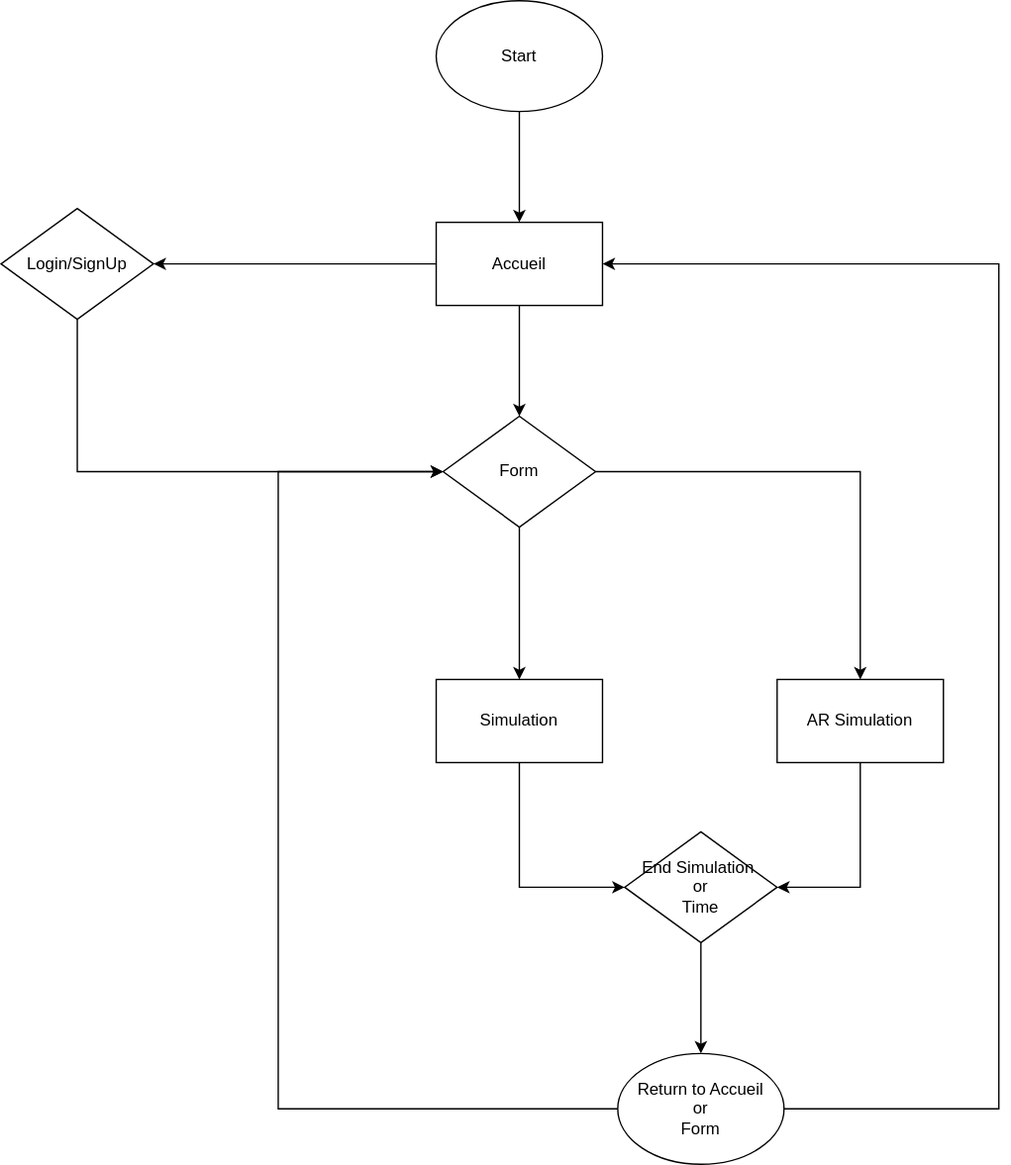
Earlier version of the draw.io export UseFlowStage.drawio.svg (Ashura100/ProjetStage). Source tidied: cells renumbered, new cells last; positions are measured from the earlier drawing's top-left corner, leaving out a move shared by most shapes.
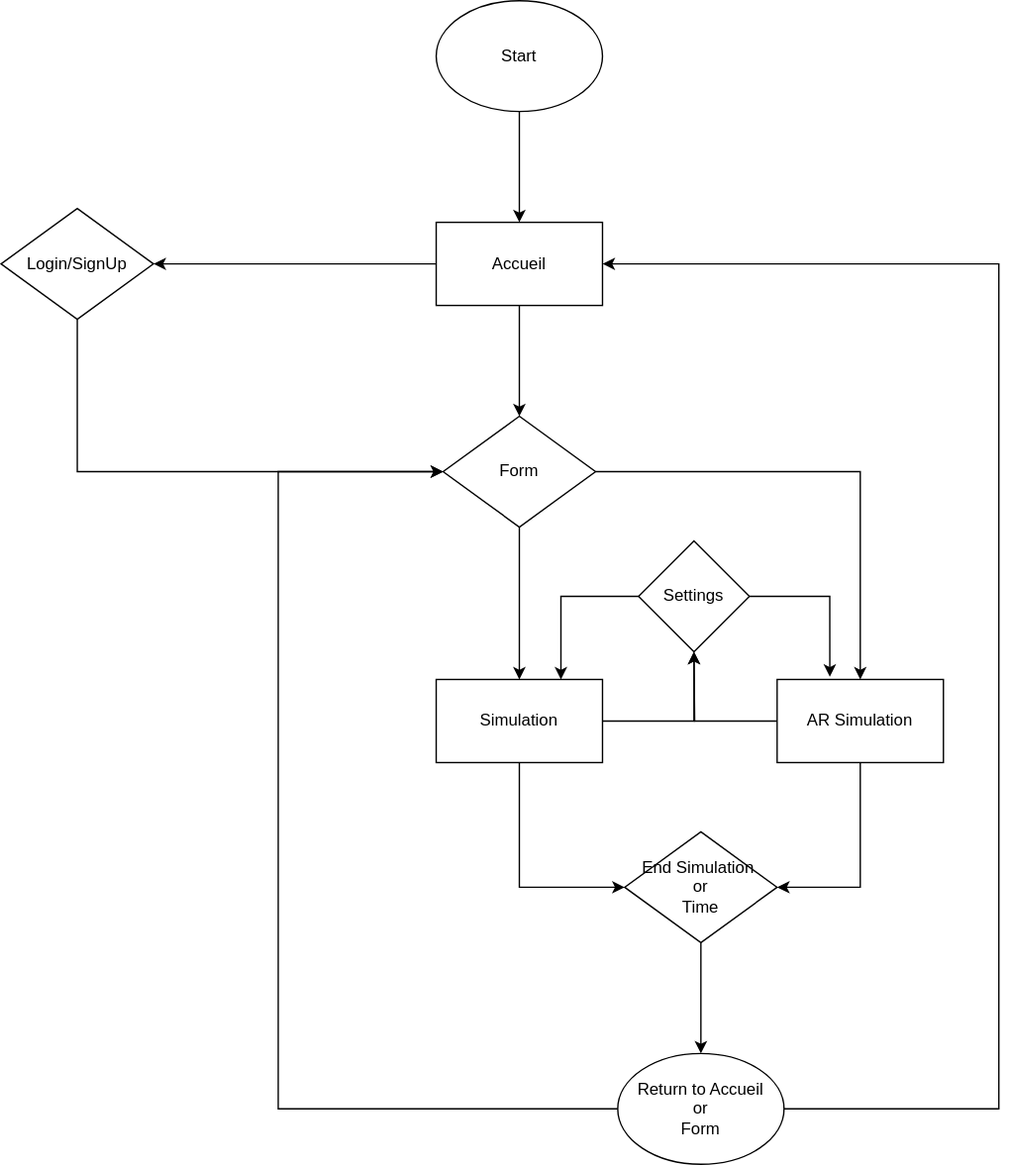
The same file after the commit.

Commit message:
Mettre à jour UseFlowStage.drawio.svg

Change to the diagram source:
```diff
@@ -43,12 +43,20 @@
         </Array>
       </mxGeometry>
     </mxCell>
+    <mxCell id="21" style="edgeStyle=orthogonalEdgeStyle;rounded=0;jettySize=auto;html=1;entryX=0.5;entryY=1;entryDx=0;entryDy=0;" parent="1" edge="1" source="13" target="24">
+      <mxGeometry relative="1" as="geometry" />
+    </mxCell>
     <mxCell id="13" value="Simulation" style="rounded=0;whiteSpace=wrap;html=1;" parent="1" vertex="1">
       <mxGeometry x="314" y="490" width="120" height="60" as="geometry" />
     </mxCell>
     <mxCell id="14" style="edgeStyle=orthogonalEdgeStyle;rounded=0;jettySize=auto;html=1;entryX=1;entryY=0.5;entryDx=0;entryDy=0;" parent="1" edge="1" source="15" target="17">
       <mxGeometry relative="1" as="geometry" />
     </mxCell>
+    <mxCell id="22" style="edgeStyle=orthogonalEdgeStyle;rounded=0;jettySize=auto;html=1;" parent="1" edge="1" source="15">
+      <mxGeometry relative="1" as="geometry">
+        <mxPoint x="500" y="470" as="targetPoint" />
+      </mxGeometry>
+    </mxCell>
     <mxCell id="15" value="AR Simulation" style="rounded=0;whiteSpace=wrap;html=1;" parent="1" vertex="1">
       <mxGeometry x="560" y="490" width="120" height="60" as="geometry" />
     </mxCell>
@@ -77,5 +85,14 @@
     <mxCell id="20" value="Return to Accueil&lt;div&gt;or&lt;/div&gt;&lt;div&gt;Form&lt;/div&gt;" style="ellipse;whiteSpace=wrap;html=1;" parent="1" vertex="1">
       <mxGeometry x="445" y="760" width="120" height="80" as="geometry" />
     </mxCell>
+    <mxCell id="23" style="edgeStyle=orthogonalEdgeStyle;rounded=0;jettySize=auto;html=1;entryX=0.75;entryY=0;entryDx=0;entryDy=0;" parent="1" edge="1" source="24" target="13">
+      <mxGeometry relative="1" as="geometry" />
+    </mxCell>
+    <mxCell id="24" value="Settings" style="rhombus;whiteSpace=wrap;html=1;" parent="1" vertex="1">
+      <mxGeometry x="460" y="390" width="80" height="80" as="geometry" />
+    </mxCell>
+    <mxCell id="25" style="edgeStyle=orthogonalEdgeStyle;rounded=0;jettySize=auto;html=1;entryX=0.317;entryY=-0.033;entryDx=0;entryDy=0;entryPerimeter=0;" parent="1" edge="1" source="24" target="15">
+      <mxGeometry relative="1" as="geometry" />
+    </mxCell>
   </root>
 </mxGraphModel>
```
